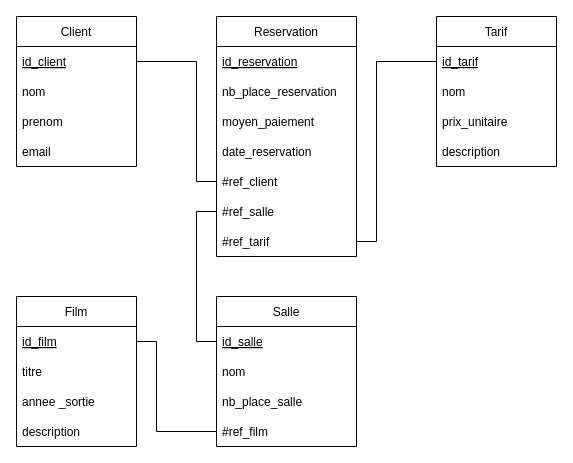
Before: BaseDeDonnee/MLD/MLD KUT-Cinema.drawio in Arviik/KUT-Cinema, a draw.io diagram. Source tidied: cells renumbered, new cells numbered last; positions are measured from the earlier drawing's top-left corner, leaving out a move shared by most shapes. Both pictures are drawn from the tidied source at 100%, with x=0, y=0 at pixel (16, 16).
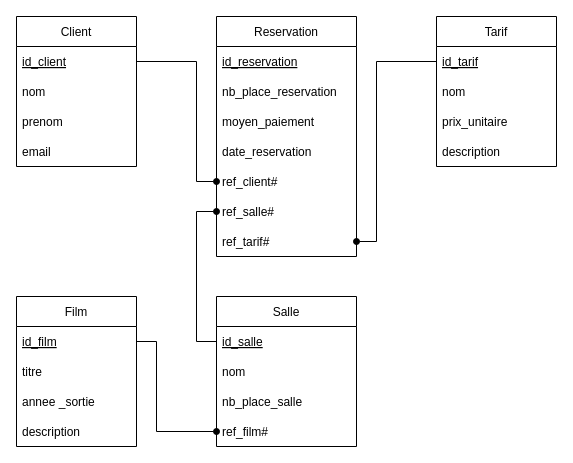
The same diagram, later.

Commit message (it also covers changes not shown here):
Modification des MLD par rapport au cours (exactement comme dans le cours)

Unchanged cells that the change refers to:
```xml
<mxCell id="3" value="id_client" style="text;strokeColor=none;fillColor=none;align=left;verticalAlign=middle;spacingLeft=4;spacingRight=4;overflow=hidden;points=[[0,0.5],[1,0.5]];portConstraint=eastwest;fontStyle=4;" parent="2" vertex="1">
  <mxGeometry y="30" width="120" height="30" as="geometry" />
</mxCell>
<mxCell id="8" value="id_tarif" style="text;strokeColor=none;fillColor=none;align=left;verticalAlign=middle;spacingLeft=4;spacingRight=4;overflow=hidden;points=[[0,0.5],[1,0.5]];portConstraint=eastwest;fontStyle=4;" parent="7" vertex="1">
  <mxGeometry y="30" width="120" height="30" as="geometry" />
</mxCell>
<mxCell id="12" value="Salle" style="swimlane;fontStyle=0;horizontal=1;startSize=30;" parent="1" vertex="1">
  <mxGeometry x="200" y="280" width="140" height="150" as="geometry" />
</mxCell>
<mxCell id="13" value="id_salle" style="text;strokeColor=none;fillColor=none;align=left;verticalAlign=middle;spacingLeft=4;spacingRight=4;overflow=hidden;points=[[0,0.5],[1,0.5]];portConstraint=eastwest;fontStyle=4;" parent="12" vertex="1">
  <mxGeometry y="30" width="140" height="30" as="geometry" />
</mxCell>
<mxCell id="18" value="id_film" style="text;strokeColor=none;fillColor=none;align=left;verticalAlign=middle;spacingLeft=4;spacingRight=4;overflow=hidden;points=[[0,0.5],[1,0.5]];portConstraint=eastwest;fontStyle=4;" parent="17" vertex="1">
  <mxGeometry y="30" width="120" height="30" as="geometry" />
</mxCell>
<mxCell id="22" value="Reservation" style="swimlane;fontStyle=0;horizontal=1;startSize=30;" parent="1" vertex="1">
  <mxGeometry x="200" width="140" height="240" as="geometry" />
</mxCell>
```

The edit, as a diff of the source:
```diff
@@
-    <mxCell id="16" value="#ref_film" style="text;strokeColor=none;fillColor=none;align=left;verticalAlign=middle;spacingLeft=4;spacingRight=4;overflow=hidden;points=[[0,0.5],[1,0.5]];portConstraint=eastwest;" parent="12" vertex="1">
+    <mxCell id="16" value="ref_film#" style="text;strokeColor=none;fillColor=none;align=left;verticalAlign=middle;spacingLeft=4;spacingRight=4;overflow=hidden;points=[[0,0.5],[1,0.5]];portConstraint=eastwest;" parent="12" vertex="1">
       <mxGeometry y="120" width="140" height="30" as="geometry" />
     </mxCell>
@@
-    <mxCell id="27" value="#ref_client" style="text;strokeColor=none;fillColor=none;align=left;verticalAlign=middle;spacingLeft=4;spacingRight=4;overflow=hidden;points=[[0,0.5],[1,0.5]];portConstraint=eastwest;" parent="22" vertex="1">
+    <mxCell id="27" value="ref_client#" style="text;strokeColor=none;fillColor=none;align=left;verticalAlign=middle;spacingLeft=4;spacingRight=4;overflow=hidden;points=[[0,0.5],[1,0.5]];portConstraint=eastwest;" parent="22" vertex="1">
       <mxGeometry y="150" width="140" height="30" as="geometry" />
     </mxCell>
-    <mxCell id="28" value="#ref_salle" style="text;strokeColor=none;fillColor=none;align=left;verticalAlign=middle;spacingLeft=4;spacingRight=4;overflow=hidden;points=[[0,0.5],[1,0.5]];portConstraint=eastwest;" parent="22" vertex="1">
+    <mxCell id="28" value="ref_salle#" style="text;strokeColor=none;fillColor=none;align=left;verticalAlign=middle;spacingLeft=4;spacingRight=4;overflow=hidden;points=[[0,0.5],[1,0.5]];portConstraint=eastwest;" parent="22" vertex="1">
       <mxGeometry y="180" width="140" height="30" as="geometry" />
     </mxCell>
-    <mxCell id="29" value="#ref_tarif" style="text;strokeColor=none;fillColor=none;align=left;verticalAlign=middle;spacingLeft=4;spacingRight=4;overflow=hidden;points=[[0,0.5],[1,0.5]];portConstraint=eastwest;" parent="22" vertex="1">
+    <mxCell id="29" value="ref_tarif#" style="text;strokeColor=none;fillColor=none;align=left;verticalAlign=middle;spacingLeft=4;spacingRight=4;overflow=hidden;points=[[0,0.5],[1,0.5]];portConstraint=eastwest;" parent="22" vertex="1">
       <mxGeometry y="210" width="140" height="30" as="geometry" />
     </mxCell>
-    <mxCell id="30" style="edgeStyle=orthogonalEdgeStyle;rounded=0;jettySize=auto;html=1;entryX=0;entryY=0.5;entryDx=0;entryDy=0;endArrow=none;endFill=0;" parent="1" edge="1" source="3" target="27">
+    <mxCell id="30" style="edgeStyle=orthogonalEdgeStyle;rounded=0;jettySize=auto;html=1;entryX=0;entryY=0.5;entryDx=0;entryDy=0;endArrow=oval;endFill=1;" parent="1" edge="1" source="3" target="27">
       <mxGeometry relative="1" as="geometry">
         <Array as="points">
           <mxPoint x="180" y="45" />
           <mxPoint x="180" y="165" />
         </Array>
       </mxGeometry>
     </mxCell>
-    <mxCell id="31" style="edgeStyle=orthogonalEdgeStyle;rounded=0;jettySize=auto;html=1;entryX=0;entryY=0.5;entryDx=0;entryDy=0;endArrow=none;endFill=0;" parent="1" edge="1" source="13" target="28">
+    <mxCell id="31" style="edgeStyle=orthogonalEdgeStyle;rounded=0;jettySize=auto;html=1;entryX=0;entryY=0.5;entryDx=0;entryDy=0;endArrow=oval;endFill=1;" parent="1" edge="1" source="13" target="28">
       <mxGeometry relative="1" as="geometry" />
     </mxCell>
-    <mxCell id="32" style="edgeStyle=orthogonalEdgeStyle;rounded=0;jettySize=auto;html=1;entryX=1;entryY=0.5;entryDx=0;entryDy=0;endArrow=none;endFill=0;" parent="1" edge="1" source="8" target="29">
+    <mxCell id="32" style="edgeStyle=orthogonalEdgeStyle;rounded=0;jettySize=auto;html=1;entryX=1;entryY=0.5;entryDx=0;entryDy=0;endArrow=oval;endFill=1;" parent="1" edge="1" source="8" target="29">
       <mxGeometry relative="1" as="geometry">
         <Array as="points">
           <mxPoint x="360" y="45" />
           <mxPoint x="360" y="225" />
         </Array>
       </mxGeometry>
     </mxCell>
-    <mxCell id="33" style="edgeStyle=orthogonalEdgeStyle;rounded=0;jettySize=auto;html=1;entryX=0;entryY=0.5;entryDx=0;entryDy=0;endArrow=none;endFill=0;" parent="1" edge="1" source="18" target="16">
+    <mxCell id="33" style="edgeStyle=orthogonalEdgeStyle;rounded=0;jettySize=auto;html=1;entryX=0;entryY=0.5;entryDx=0;entryDy=0;endArrow=oval;endFill=1;" parent="1" edge="1" source="18" target="16">
       <mxGeometry relative="1" as="geometry">
         <Array as="points">
           <mxPoint x="140" y="325" />
           <mxPoint x="140" y="415" />
         </Array>
       </mxGeometry>
     </mxCell>
```
